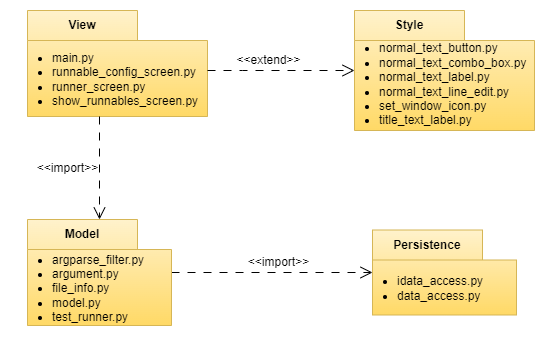
CsullogBeni/szofttech keeps this draw.io diagram as documentation/img/package_diagram.drawio.png. Above is the earlier version. Source tidied: cells renumbered, new cells last; positions are measured from the earlier drawing's top-left corner, leaving out a move shared by most shapes.
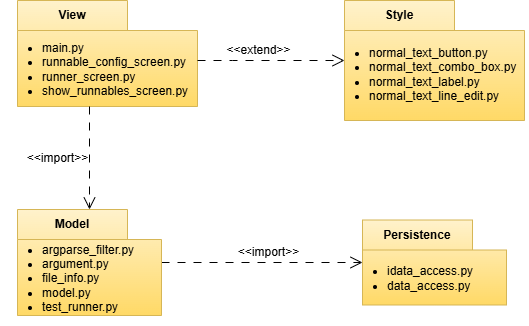
The same diagram one commit later.

What changed in the source:
```diff
@@ -32,7 +32,7 @@
     <mxCell id="9" value="Style" style="shape=folder;fontStyle=1;tabWidth=110;tabHeight=30;tabPosition=left;html=1;boundedLbl=1;labelInHeader=1;whiteSpace=wrap;fillColor=#fff2cc;gradientColor=#ffd966;strokeColor=#d6b656;" parent="1" vertex="1">
       <mxGeometry x="327" width="180" height="120" as="geometry" />
     </mxCell>
-    <mxCell id="10" value="&lt;div style=&quot;&quot;&gt;&lt;ul&gt;&lt;li&gt;normal_text_button.py&lt;/li&gt;&lt;li&gt;normal_text_combo_box.py&lt;/li&gt;&lt;li&gt;normal_text_label.py&lt;/li&gt;&lt;li&gt;normal_text_line_edit.py&lt;/li&gt;&lt;li&gt;set_window_icon.py&lt;/li&gt;&lt;li&gt;title_text_label.py&lt;/li&gt;&lt;/ul&gt;&lt;/div&gt;" style="html=1;strokeColor=none;fillColor=none;whiteSpace=wrap;align=left;" parent="9" vertex="1">
+    <mxCell id="10" value="&lt;div style=&quot;&quot;&gt;&lt;ul&gt;&lt;li&gt;normal_text_button.py&lt;/li&gt;&lt;li&gt;normal_text_combo_box.py&lt;/li&gt;&lt;li&gt;normal_text_label.py&lt;/li&gt;&lt;li&gt;normal_text_line_edit.py&lt;/li&gt;&lt;/ul&gt;&lt;/div&gt;" style="html=1;strokeColor=none;fillColor=none;whiteSpace=wrap;align=left;" parent="9" vertex="1">
       <mxGeometry width="201.25" height="87.17" relative="1" as="geometry">
         <mxPoint x="-17" y="30" as="offset" />
       </mxGeometry>
```
